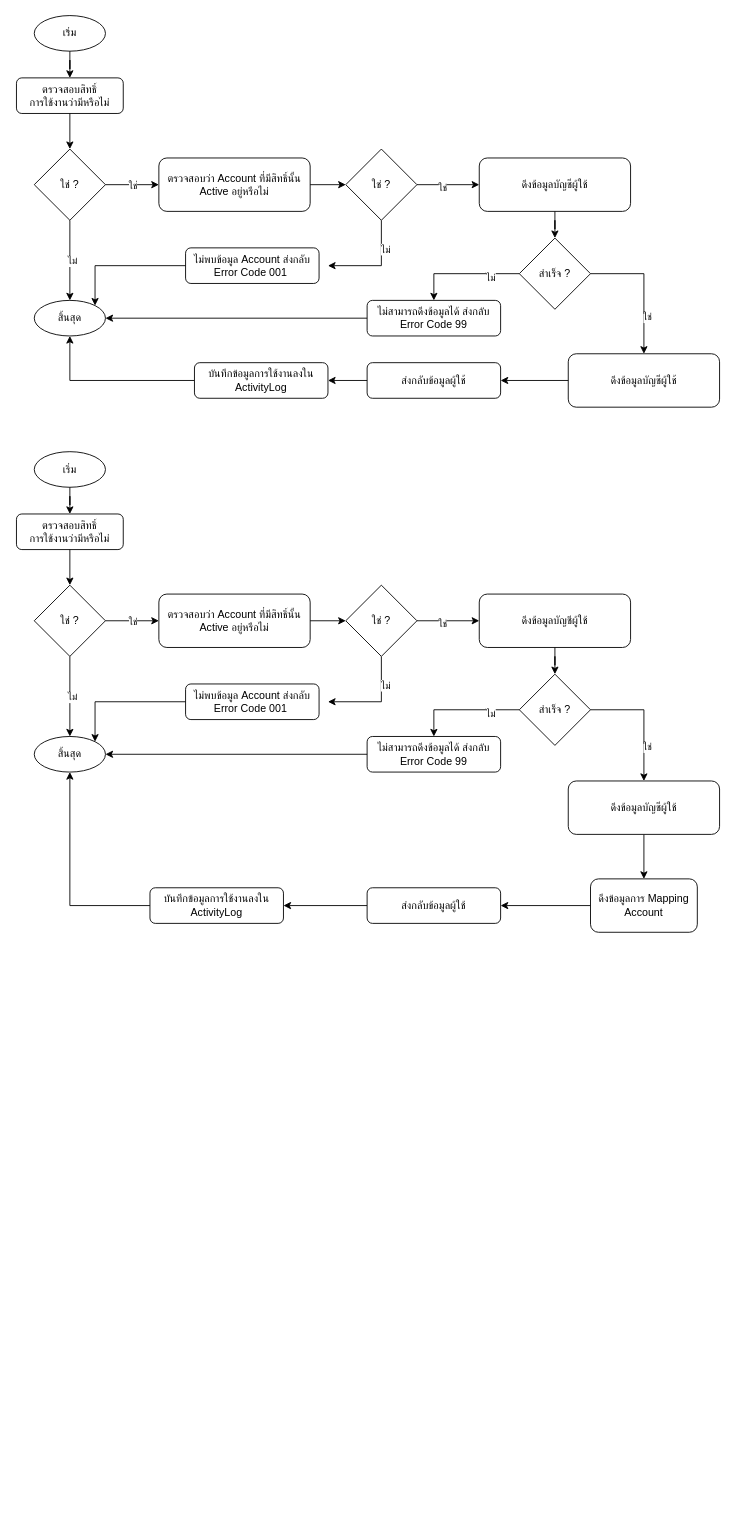
charifrodmanee/charifrodmanee keeps this draw.io diagram as account.drawio. Above is the earlier version. Source tidied: cells renumbered, new cells numbered last; positions are measured from the earlier drawing's top-left corner, leaving out a move shared by most shapes. Both pictures are drawn from the tidied source at 89%, with x=0, y=0 at pixel (16, 15).
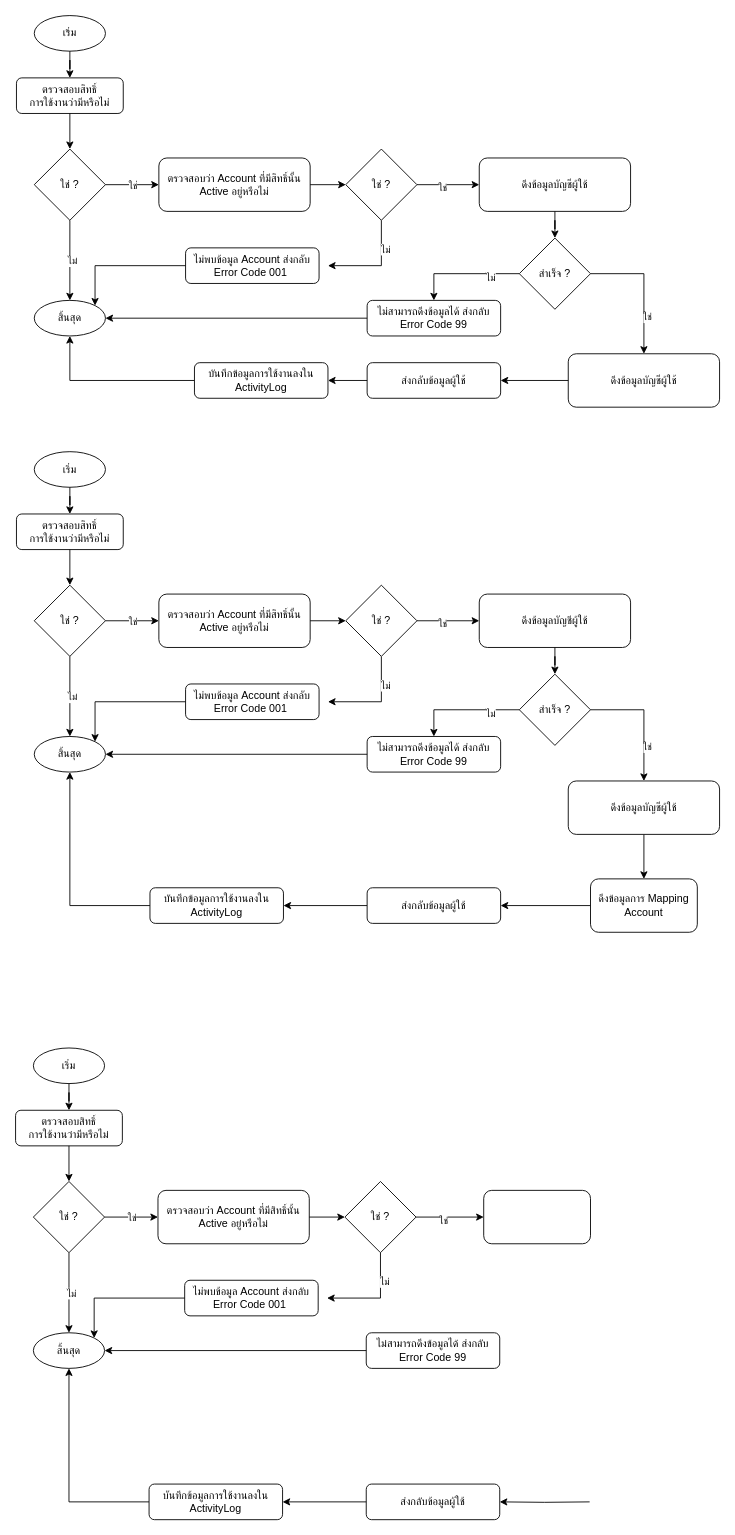
After the change.

Change to the diagram source:
```diff
@@
+    <mxCell id="73" value="เริ่ม" style="ellipse;whiteSpace=wrap;html=1;" parent="1" vertex="1">
+      <mxGeometry x="19" y="1160" width="80" height="40" as="geometry" />
+    </mxCell>
+    <mxCell id="74" value="ตรวจสอบสิทธิ์&lt;br&gt;การใช้งานว่ามีหรือไม่" style="rounded=1;whiteSpace=wrap;html=1;" parent="1" vertex="1">
+      <mxGeometry x="-1" y="1230" width="120" height="40" as="geometry" />
+    </mxCell>
+    <mxCell id="75" style="edgeStyle=orthogonalEdgeStyle;rounded=0;jettySize=auto;html=1;" parent="1" edge="1" source="73" target="74">
+      <mxGeometry relative="1" as="geometry" />
+    </mxCell>
+    <mxCell id="76" value="ใช่ ?" style="rhombus;whiteSpace=wrap;html=1;" parent="1" vertex="1">
+      <mxGeometry x="19" y="1310" width="80" height="80" as="geometry" />
+    </mxCell>
+    <mxCell id="77" style="edgeStyle=orthogonalEdgeStyle;rounded=0;jettySize=auto;html=1;" parent="1" edge="1" source="74" target="76">
+      <mxGeometry relative="1" as="geometry" />
+    </mxCell>
+    <mxCell id="78" value="ตรวจสอบว่า Account ที่มีสิทธิ์นั้น Active อยู่หรือไม่" style="rounded=1;whiteSpace=wrap;html=1;" parent="1" vertex="1">
+      <mxGeometry x="159" y="1320" width="170" height="60" as="geometry" />
+    </mxCell>
+    <mxCell id="79" style="edgeStyle=orthogonalEdgeStyle;rounded=0;jettySize=auto;html=1;" parent="1" edge="1" source="76" target="78">
+      <mxGeometry relative="1" as="geometry" />
+    </mxCell>
+    <mxCell id="80" value="ใช่" style="edgeLabel;html=1;align=center;verticalAlign=middle;" parent="79" vertex="1">
+      <mxGeometry relative="1" as="geometry" />
+    </mxCell>
+    <mxCell id="81" style="edgeStyle=orthogonalEdgeStyle;rounded=0;jettySize=auto;html=1;entryX=1;entryY=0.5;entryDx=0;entryDy=0;exitX=0.5;exitY=1;exitDx=0;exitDy=0;" parent="1" edge="1" source="83">
+      <mxGeometry relative="1" as="geometry">
+        <mxPoint x="349" y="1441" as="targetPoint" />
+        <Array as="points">
+          <mxPoint x="409" y="1441" />
+        </Array>
+      </mxGeometry>
+    </mxCell>
+    <mxCell id="82" value="ไม่" style="edgeLabel;html=1;align=center;verticalAlign=middle;" parent="81" vertex="1">
+      <mxGeometry x="-0.42" y="4" relative="1" as="geometry" />
+    </mxCell>
+    <mxCell id="83" value="ใช่ ?" style="rhombus;whiteSpace=wrap;html=1;" parent="1" vertex="1">
+      <mxGeometry x="369" y="1310" width="80" height="80" as="geometry" />
+    </mxCell>
+    <mxCell id="84" style="edgeStyle=orthogonalEdgeStyle;rounded=0;jettySize=auto;html=1;" parent="1" edge="1" source="78" target="83">
+      <mxGeometry relative="1" as="geometry" />
+    </mxCell>
+    <mxCell id="85" style="edgeStyle=orthogonalEdgeStyle;rounded=0;jettySize=auto;html=1;entryX=0;entryY=0.5;entryDx=0;entryDy=0;" parent="1" edge="1" source="83" target="99">
+      <mxGeometry relative="1" as="geometry" />
+    </mxCell>
+    <mxCell id="86" value="ใช่" style="edgeLabel;html=1;align=center;verticalAlign=middle;" parent="85" vertex="1">
+      <mxGeometry x="-0.2" y="-3" relative="1" as="geometry" />
+    </mxCell>
+    <mxCell id="87" value="ไม่สามารถดึงข้อมูลได้ ส่งกลับ Error Code 99" style="rounded=1;whiteSpace=wrap;html=1;" parent="1" vertex="1">
+      <mxGeometry x="393" y="1480" width="150" height="40" as="geometry" />
+    </mxCell>
+    <mxCell id="88" value="ไม่พบข้อมูล Account ส่งกลับ Error Code 001&amp;nbsp;" style="rounded=1;whiteSpace=wrap;html=1;" parent="1" vertex="1">
+      <mxGeometry x="189" y="1421" width="150" height="40" as="geometry" />
+    </mxCell>
+    <mxCell id="89" value="ส่งกลับข้อมูลผู้ใช้" style="rounded=1;whiteSpace=wrap;html=1;" parent="1" vertex="1">
+      <mxGeometry x="393" y="1650" width="150" height="40" as="geometry" />
+    </mxCell>
+    <mxCell id="90" value="สิ้นสุด" style="ellipse;whiteSpace=wrap;html=1;" parent="1" vertex="1">
+      <mxGeometry x="19" y="1480" width="80" height="40" as="geometry" />
+    </mxCell>
+    <mxCell id="91" style="edgeStyle=orthogonalEdgeStyle;rounded=0;jettySize=auto;html=1;entryX=0.5;entryY=0;entryDx=0;entryDy=0;" parent="1" edge="1" source="76" target="90">
+      <mxGeometry relative="1" as="geometry" />
+    </mxCell>
+    <mxCell id="92" value="ไม่" style="edgeLabel;html=1;align=center;verticalAlign=middle;" parent="91" vertex="1">
+      <mxGeometry y="2" relative="1" as="geometry" />
+    </mxCell>
+    <mxCell id="93" style="edgeStyle=orthogonalEdgeStyle;rounded=0;jettySize=auto;html=1;" parent="1" edge="1" source="87" target="90">
+      <mxGeometry relative="1" as="geometry" />
+    </mxCell>
+    <mxCell id="94" style="edgeStyle=orthogonalEdgeStyle;rounded=0;jettySize=auto;html=1;entryX=1;entryY=0;entryDx=0;entryDy=0;" parent="1" edge="1" source="88" target="90">
+      <mxGeometry relative="1" as="geometry" />
+    </mxCell>
+    <mxCell id="95" style="edgeStyle=orthogonalEdgeStyle;rounded=0;jettySize=auto;html=1;entryX=0.5;entryY=1;entryDx=0;entryDy=0;" parent="1" edge="1" source="96" target="90">
+      <mxGeometry relative="1" as="geometry" />
+    </mxCell>
+    <mxCell id="96" value="บันทึกข้อมูลการใช้งานลงใน ActivityLog" style="rounded=1;whiteSpace=wrap;html=1;" parent="1" vertex="1">
+      <mxGeometry x="149" y="1650" width="150" height="40" as="geometry" />
+    </mxCell>
+    <mxCell id="97" style="edgeStyle=orthogonalEdgeStyle;rounded=0;jettySize=auto;html=1;" parent="1" edge="1" source="89" target="96">
+      <mxGeometry relative="1" as="geometry" />
+    </mxCell>
+    <mxCell id="98" style="edgeStyle=orthogonalEdgeStyle;rounded=0;jettySize=auto;html=1;" parent="1" edge="1" target="89">
+      <mxGeometry relative="1" as="geometry">
+        <mxPoint x="644" y="1670" as="sourcePoint" />
+      </mxGeometry>
+    </mxCell>
+    <mxCell id="99" style="rounded=1;whiteSpace=wrap;html=1;" parent="1" vertex="1">
+      <mxGeometry x="525" y="1320" width="120" height="60" as="geometry" />
+    </mxCell>
```
